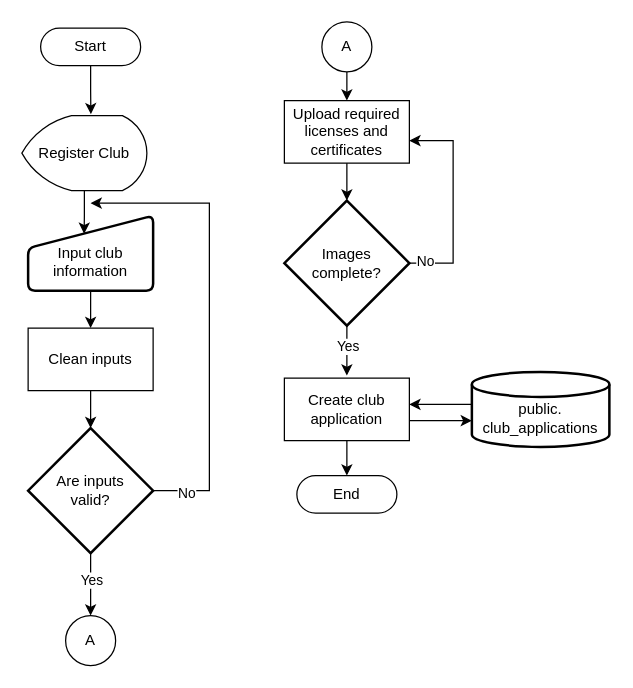
Earlier version of the draw.io diagram Atletik-ProgramFlowchart-RegisterClub.drawio (ElliotJcbH/AtletikFlowcharts). Source tidied: cells renumbered, new cells numbered last; positions are measured from the earlier drawing's top-left corner, leaving out a move shared by most shapes. Both pictures are drawn from the tidied source at 125%, with x=0, y=0 at pixel (21, 21).
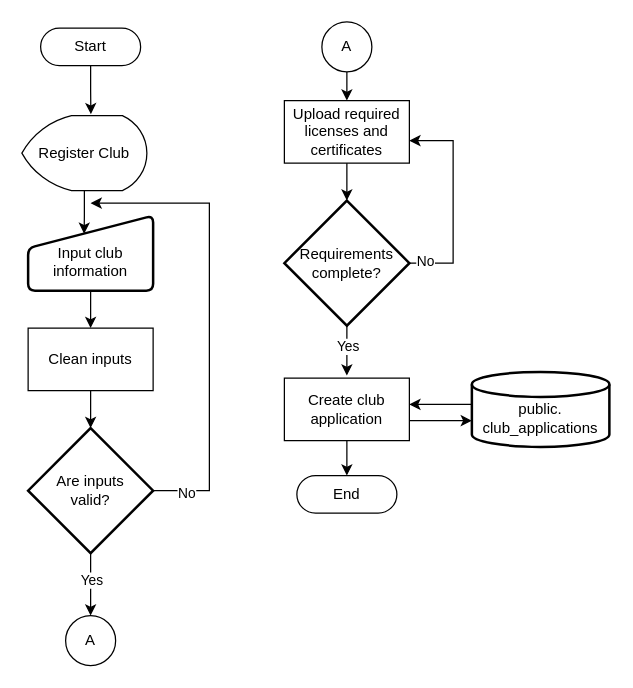
Above is the later version.

The edit, as a diff of the source:
```diff
@@
-    <mxCell id="18" value="Images complete?" style="strokeWidth=2;html=1;shape=mxgraph.flowchart.decision;whiteSpace=wrap;" parent="1" vertex="1">
+    <mxCell id="18" value="Requirements complete?" style="strokeWidth=2;html=1;shape=mxgraph.flowchart.decision;whiteSpace=wrap;" parent="1" vertex="1">
       <mxGeometry x="210" y="143" width="100" height="100" as="geometry" />
     </mxCell>
```
